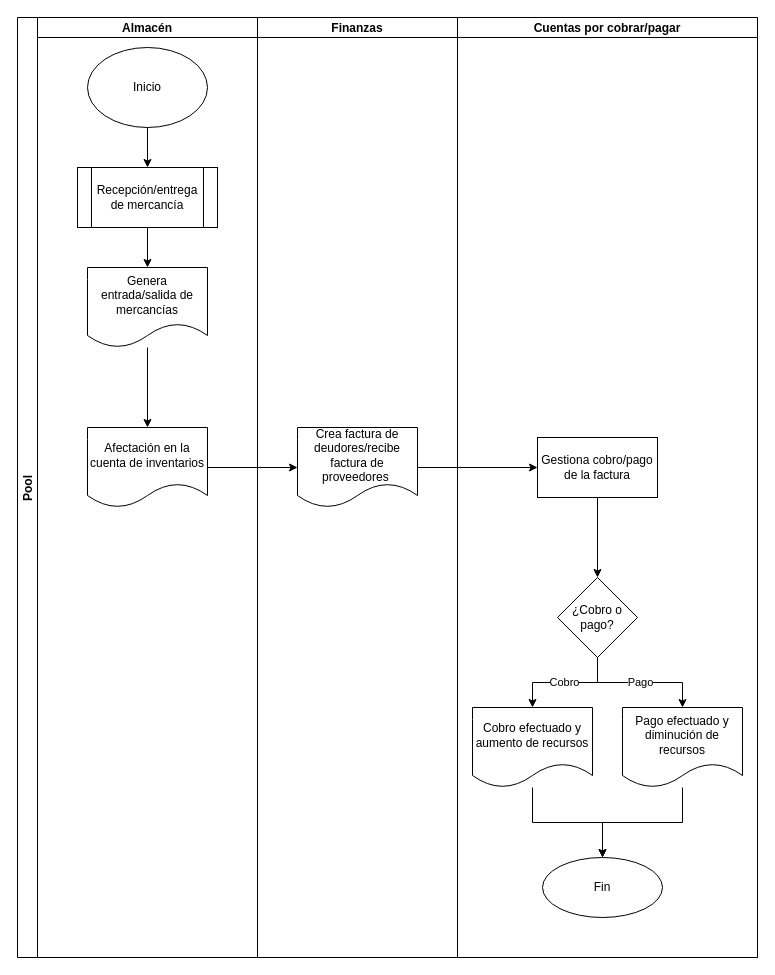
Before: page "Inventario" (3 of 4) of Proceso finanzas.drawio in FerAran/Flowchart, a draw.io diagram. Source tidied: cells renumbered, new cells numbered last; positions are measured from the earlier drawing's top-left corner, leaving out a move shared by most shapes. Both pictures are drawn from the tidied source at 100%, with x=0, y=0 at pixel (17, 17).
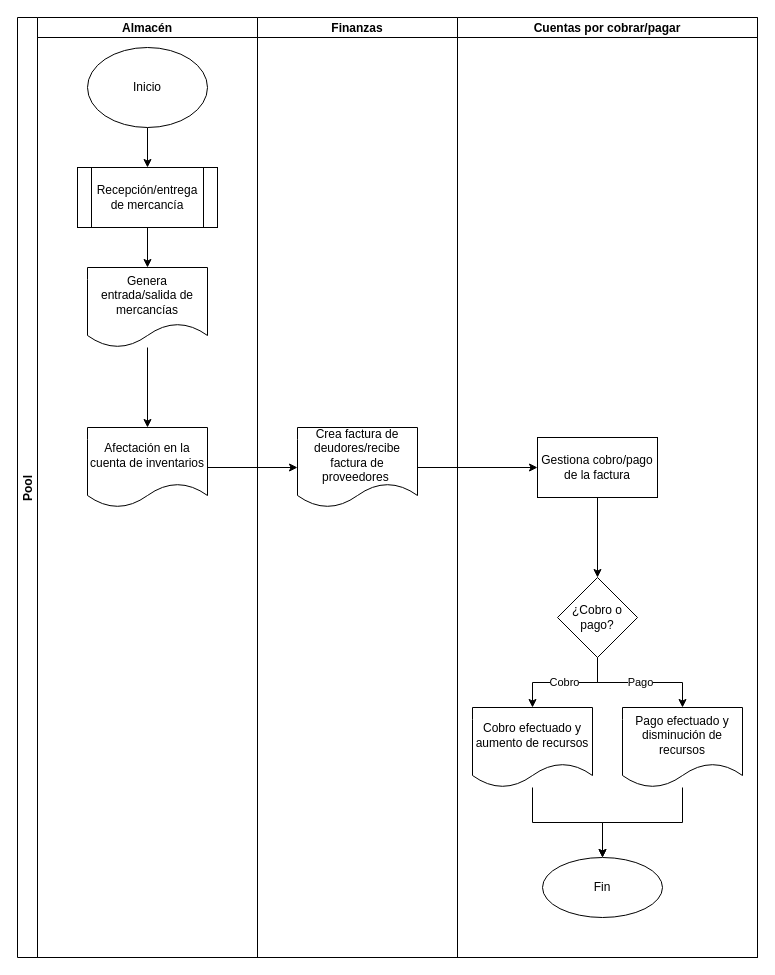
The same page after the edit.

The change refers to these unchanged cells:
```xml
<mxCell id="11" value="Cuentas por cobrar/pagar" style="swimlane;startSize=20;" parent="2" vertex="1">
  <mxGeometry x="440" width="300" height="940" as="geometry" />
</mxCell>
```

What changed in the source:
```diff
@@
-    <mxCell id="14" value="Pago efectuado y diminución de recursos" style="shape=document;whiteSpace=wrap;html=1;boundedLbl=1;" parent="11" vertex="1">
+    <mxCell id="14" value="Pago efectuado y disminución de recursos" style="shape=document;whiteSpace=wrap;html=1;boundedLbl=1;" parent="11" vertex="1">
       <mxGeometry x="165" y="690" width="120" height="80" as="geometry" />
     </mxCell>
```
